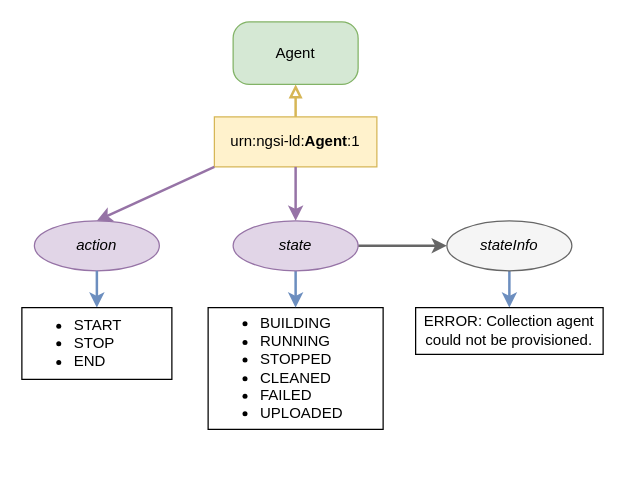
The draw.io diagram page "Agent-entity" (1 of 6) of docs/sda-orchestration/img/agent-model.drawio in giros-dit/semantic-data-aggregator, before the edit. Source tidied: cells renumbered, new cells numbered last; positions are measured from the earlier drawing's top-left corner, leaving out a move shared by most shapes. Both pictures are drawn from the tidied source at 125%, with x=0, y=0 at pixel (21, 21).
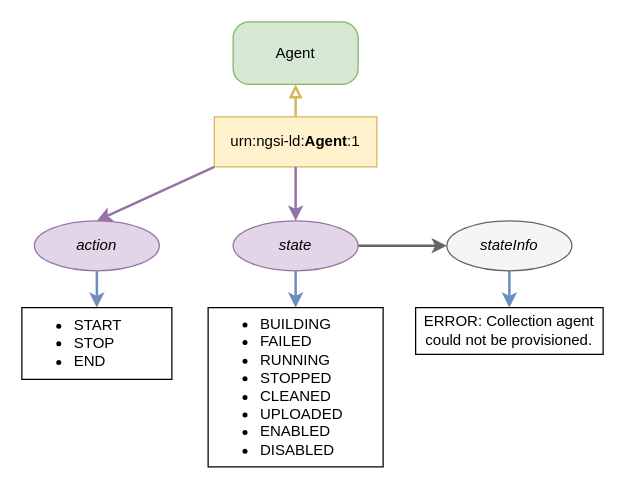
The same diagram, later.

The edit, as a diff of the source:
```diff
@@
 <mxGraphModel>
   <root>
     <mxCell id="0" />
     <mxCell id="1" parent="0" />
     <mxCell id="2" value="Agent" style="rounded=1;arcSize=26;whiteSpace=wrap;html=1;align=center;fillColor=#d5e8d4;strokeColor=#82b366;" parent="1" vertex="1">
       <mxGeometry x="169" width="100" height="50" as="geometry" />
     </mxCell>
     <mxCell id="3" style="rounded=1;jettySize=auto;html=1;exitX=1;exitY=0.5;exitDx=0;exitDy=0;strokeWidth=2;fillColor=#e1d5e7;entryX=0;entryY=0.5;entryDx=0;entryDy=0;strokeColor=#666666;" parent="1" edge="1" source="13" target="15">
       <mxGeometry relative="1" as="geometry" />
     </mxCell>
     <mxCell id="4" value="urn:ngsi-ld:&lt;b&gt;Agent&lt;/b&gt;:1" style="whiteSpace=wrap;html=1;align=center;fillColor=#fff2cc;strokeColor=#d6b656;" parent="1" vertex="1">
       <mxGeometry x="154" y="76" width="130" height="40" as="geometry" />
     </mxCell>
     <mxCell id="5" style="endArrow=block;html=1;fillColor=#fff2cc;strokeColor=#d6b656;exitX=0.5;exitY=0;exitDx=0;exitDy=0;entryX=0.5;entryY=1;entryDx=0;entryDy=0;endFill=0;strokeWidth=2;" parent="1" edge="1" source="4" target="2">
       <mxGeometry relative="1" as="geometry" />
     </mxCell>
     <mxCell id="6" value="action" style="ellipse;whiteSpace=wrap;html=1;align=center;fillColor=#e1d5e7;strokeColor=#9673a6;fontStyle=2;" parent="1" vertex="1">
       <mxGeometry x="10" y="159.1" width="100" height="40" as="geometry" />
     </mxCell>
     <mxCell id="7" style="endArrow=classic;html=1;fillColor=#e1d5e7;strokeColor=#9673a6;strokeWidth=2;exitX=0.5;exitY=1;exitDx=0;exitDy=0;entryX=0.5;entryY=0;entryDx=0;entryDy=0;" parent="1" edge="1" source="4" target="13">
       <mxGeometry relative="1" as="geometry" />
     </mxCell>
     <mxCell id="8" style="endArrow=classic;html=1;fillColor=#e1d5e7;strokeColor=#9673a6;strokeWidth=2;exitX=0;exitY=1;exitDx=0;exitDy=0;entryX=0.5;entryY=0;entryDx=0;entryDy=0;" parent="1" edge="1" source="4" target="6">
       <mxGeometry relative="1" as="geometry" />
     </mxCell>
     <mxCell id="9" style="endArrow=classic;html=1;fillColor=#dae8fc;strokeColor=#6c8ebf;entryX=0.5;entryY=0;entryDx=0;entryDy=0;strokeWidth=2;exitX=0.5;exitY=1;exitDx=0;exitDy=0;" parent="1" edge="1" source="6" target="10">
       <mxGeometry relative="1" as="geometry" />
     </mxCell>
     <mxCell id="10" value="&lt;ul&gt;&lt;li&gt;START&lt;/li&gt;&lt;li&gt;STOP&lt;/li&gt;&lt;li&gt;END&lt;/li&gt;&lt;/ul&gt;" style="whiteSpace=wrap;html=1;align=left;" parent="1" vertex="1">
       <mxGeometry y="228.6" width="120" height="57.4" as="geometry" />
     </mxCell>
-    <mxCell id="11" value="&lt;ul&gt;&lt;li&gt;&lt;span&gt;BUILDING&lt;/span&gt;&lt;/li&gt;&lt;li&gt;RUNNING&lt;/li&gt;&lt;li&gt;STOPPED&lt;/li&gt;&lt;li&gt;CLEANED&lt;/li&gt;&lt;li&gt;FAILED&lt;/li&gt;&lt;li&gt;UPLOADED&lt;/li&gt;&lt;/ul&gt;" style="whiteSpace=wrap;html=1;align=left;" parent="1" vertex="1">
-      <mxGeometry x="149" y="228.6" width="140" height="97.4" as="geometry" />
+    <mxCell id="11" value="&lt;ul&gt;&lt;li&gt;&lt;span&gt;BUILDING&lt;/span&gt;&lt;/li&gt;&lt;li&gt;&lt;span&gt;FAILED&lt;/span&gt;&lt;/li&gt;&lt;li&gt;RUNNING&lt;/li&gt;&lt;li&gt;STOPPED&lt;/li&gt;&lt;li&gt;CLEANED&lt;/li&gt;&lt;li&gt;UPLOADED&lt;/li&gt;&lt;li&gt;ENABLED&lt;/li&gt;&lt;li&gt;DISABLED&lt;/li&gt;&lt;/ul&gt;" style="whiteSpace=wrap;html=1;align=left;" parent="1" vertex="1">
+      <mxGeometry x="149" y="228.6" width="140" height="127.4" as="geometry" />
     </mxCell>
     <mxCell id="12" style="edgeStyle=orthogonalEdgeStyle;rounded=1;jettySize=auto;html=1;strokeColor=#6c8ebf;strokeWidth=2;fillColor=#dae8fc;" parent="1" edge="1" source="13" target="11">
       <mxGeometry relative="1" as="geometry" />
     </mxCell>
     <mxCell id="13" value="state" style="ellipse;whiteSpace=wrap;html=1;align=center;fillColor=#e1d5e7;strokeColor=#9673a6;fontStyle=2;" parent="1" vertex="1">
       <mxGeometry x="169" y="159.1" width="100" height="40" as="geometry" />
     </mxCell>
     <mxCell id="14" style="rounded=1;jettySize=auto;html=1;exitX=0.5;exitY=1;exitDx=0;exitDy=0;entryX=0.5;entryY=0;entryDx=0;entryDy=0;strokeColor=#6c8ebf;strokeWidth=2;fillColor=#dae8fc;" parent="1" edge="1" source="15" target="16">
       <mxGeometry relative="1" as="geometry" />
     </mxCell>
     <mxCell id="15" value="stateInfo" style="ellipse;whiteSpace=wrap;html=1;align=center;fontStyle=2;fillColor=#F5F5F5;strokeColor=#666666;" parent="1" vertex="1">
       <mxGeometry x="340" y="159.1" width="100" height="40" as="geometry" />
     </mxCell>
     <mxCell id="16" value="&lt;div&gt;ERROR: Collection agent could not be provisioned.&lt;/div&gt;" style="whiteSpace=wrap;html=1;align=center;" parent="1" vertex="1">
       <mxGeometry x="315" y="228.6" width="150" height="37.4" as="geometry" />
     </mxCell>
   </root>
 </mxGraphModel>
```
